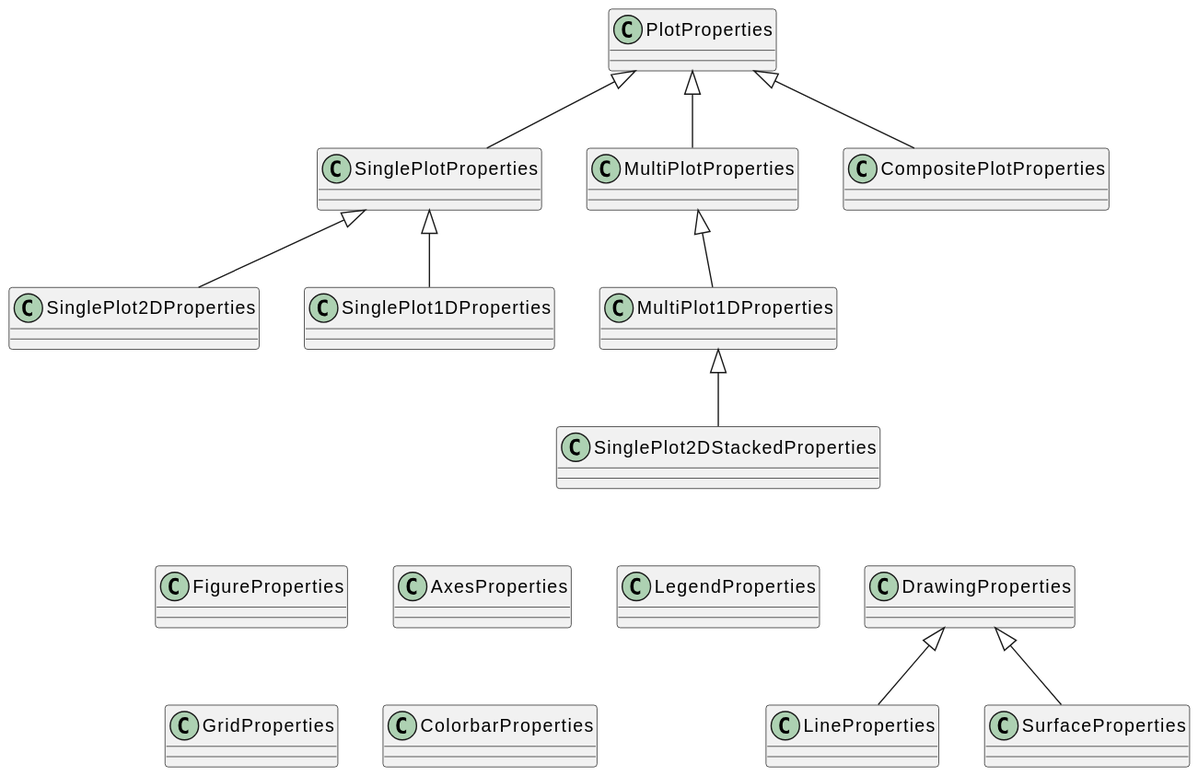
The PlantUML diagram docs/uml/aspecd.plotting.PlotProperties-overview.svg in tillbiskup/aspecd, before a commit.
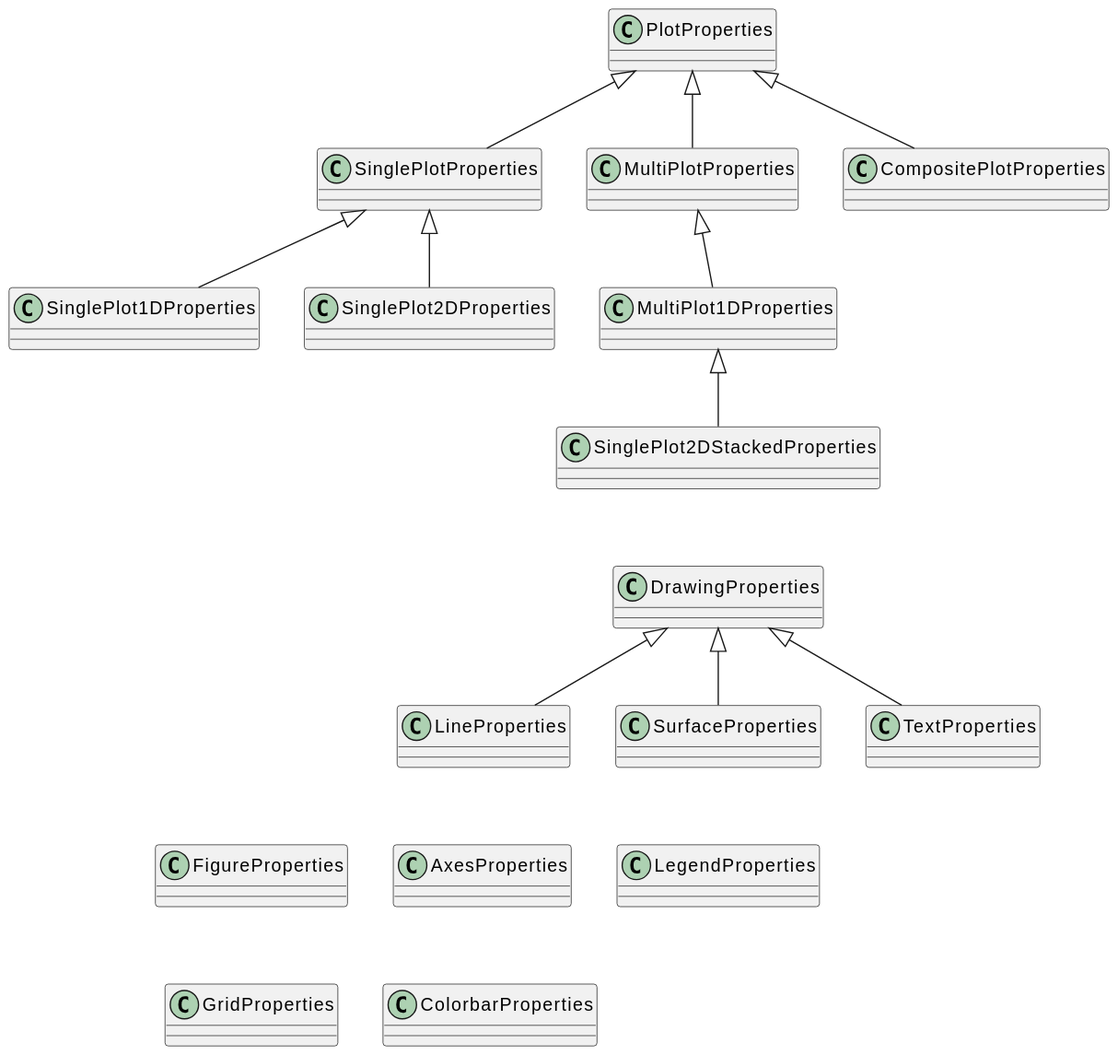
After the change.

Commit message:
Text annotations for plot(ter)s; TextProperties class

What changed in the source:
```diff
@@ -23,6 +23,15 @@
 class MultiPlot1DProperties extends MultiPlotProperties{
 }
 
+class DrawingProperties {
+}
+class LineProperties extends DrawingProperties {
+}
+class SurfaceProperties extends DrawingProperties {
+}
+class TextProperties extends DrawingProperties {
+}
+
 class AxesProperties {
 }
 class ColorbarProperties {
@@ -34,20 +43,15 @@
 class LegendProperties {
 }
 
-class DrawingProperties {
-}
-class LineProperties extends DrawingProperties {
-}
-class SurfaceProperties extends DrawingProperties {
-}
-
 SinglePlotProperties -[hidden]> MultiPlotProperties
 MultiPlotProperties -[hidden]> CompositePlotProperties
 
+SinglePlot2DStackedProperties -[hidden]-> DrawingProperties
+
 FigureProperties -[hidden]> AxesProperties
 AxesProperties -[hidden]> LegendProperties
-SinglePlot2DStackedProperties -[hidden]-> LegendProperties
-LegendProperties -[hidden]> DrawingProperties
+SurfaceProperties -[hidden]-> LegendProperties
+
 FigureProperties -[hidden]-> GridProperties
 GridProperties -[hidden]> ColorbarProperties
 @enduml
```
